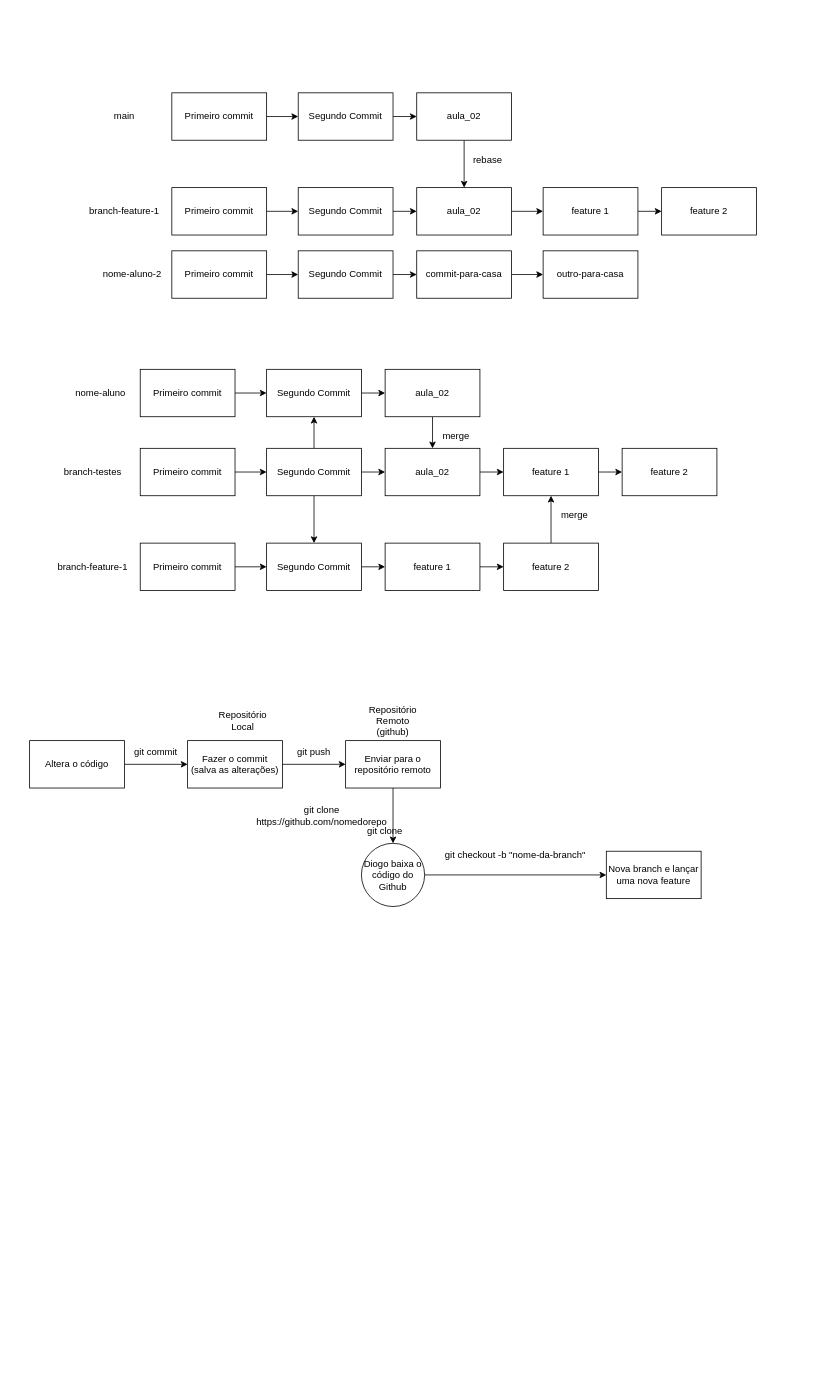
Earlier version of the draw.io diagram docs/git.drawio (josemariofr/curso_web_dev). Source tidied: cells renumbered, new cells numbered last; positions are measured from the earlier drawing's top-left corner, leaving out a move shared by most shapes. Both pictures are drawn from the tidied source at 79%, with x=0, y=0 at pixel (29, 92).
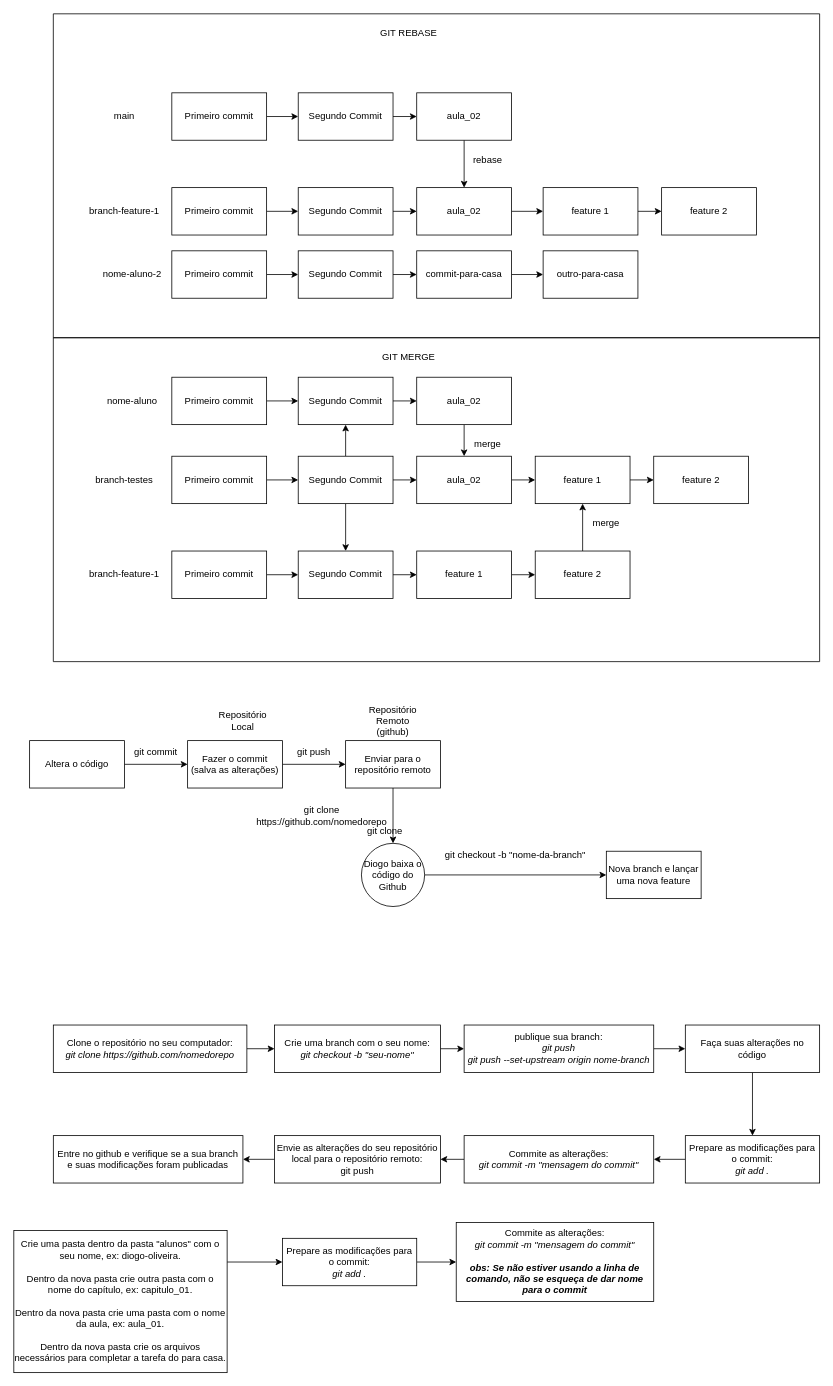
The same diagram, later.

What changed in the source:
```diff
@@
     <mxCell id="18" value="Primeiro commit" style="rounded=0;whiteSpace=wrap;html=1;" parent="1" vertex="1">
-      <mxGeometry x="140" y="450" width="120" height="60" as="geometry" />
+      <mxGeometry x="180" y="460" width="120" height="60" as="geometry" />
     </mxCell>
@@
     <mxCell id="22" value="Segundo Commit" style="whiteSpace=wrap;html=1;rounded=0;" parent="1" vertex="1">
-      <mxGeometry x="300" y="450" width="120" height="60" as="geometry" />
+      <mxGeometry x="340" y="460" width="120" height="60" as="geometry" />
     </mxCell>
@@
     <mxCell id="25" value="Primeiro commit" style="rounded=0;whiteSpace=wrap;html=1;" parent="1" vertex="1">
-      <mxGeometry x="140" y="570" width="120" height="60" as="geometry" />
+      <mxGeometry x="180" y="580" width="120" height="60" as="geometry" />
     </mxCell>
@@
     <mxCell id="27" value="Segundo Commit" style="whiteSpace=wrap;html=1;rounded=0;" parent="1" vertex="1">
-      <mxGeometry x="300" y="570" width="120" height="60" as="geometry" />
+      <mxGeometry x="340" y="580" width="120" height="60" as="geometry" />
     </mxCell>
     <mxCell id="28" value="branch-testes" style="text;html=1;strokeColor=none;fillColor=none;align=center;verticalAlign=middle;whiteSpace=wrap;rounded=0;" parent="1" vertex="1">
-      <mxGeometry x="20" y="465" width="120" height="30" as="geometry" />
+      <mxGeometry x="60" y="475" width="120" height="30" as="geometry" />
     </mxCell>
     <mxCell id="29" value="branch-feature-1" style="text;html=1;strokeColor=none;fillColor=none;align=center;verticalAlign=middle;whiteSpace=wrap;rounded=0;" parent="1" vertex="1">
-      <mxGeometry x="30" y="585" width="100" height="30" as="geometry" />
+      <mxGeometry x="70" y="595" width="100" height="30" as="geometry" />
     </mxCell>
@@
     <mxCell id="31" value="feature 1" style="whiteSpace=wrap;html=1;rounded=0;" parent="1" vertex="1">
-      <mxGeometry x="450" y="570" width="120" height="60" as="geometry" />
+      <mxGeometry x="490" y="580" width="120" height="60" as="geometry" />
     </mxCell>
@@
     <mxCell id="33" value="feature 2" style="whiteSpace=wrap;html=1;rounded=0;" parent="1" vertex="1">
-      <mxGeometry x="600" y="570" width="120" height="60" as="geometry" />
+      <mxGeometry x="640" y="580" width="120" height="60" as="geometry" />
     </mxCell>
@@
     <mxCell id="35" value="Primeiro commit" style="rounded=0;whiteSpace=wrap;html=1;" parent="1" vertex="1">
-      <mxGeometry x="140" y="350" width="120" height="60" as="geometry" />
+      <mxGeometry x="180" y="360" width="120" height="60" as="geometry" />
     </mxCell>
@@
     <mxCell id="37" value="Segundo Commit" style="whiteSpace=wrap;html=1;rounded=0;" parent="1" vertex="1">
-      <mxGeometry x="300" y="350" width="120" height="60" as="geometry" />
+      <mxGeometry x="340" y="360" width="120" height="60" as="geometry" />
     </mxCell>
     <mxCell id="38" value="nome-aluno" style="text;html=1;strokeColor=none;fillColor=none;align=center;verticalAlign=middle;whiteSpace=wrap;rounded=0;" parent="1" vertex="1">
-      <mxGeometry x="50" y="365" width="80" height="30" as="geometry" />
+      <mxGeometry x="90" y="375" width="80" height="30" as="geometry" />
     </mxCell>
@@
     <mxCell id="40" value="aula_02" style="whiteSpace=wrap;html=1;rounded=0;" parent="1" vertex="1">
-      <mxGeometry x="450" y="350" width="120" height="60" as="geometry" />
+      <mxGeometry x="490" y="360" width="120" height="60" as="geometry" />
     </mxCell>
@@
     <mxCell id="50" value="aula_02" style="whiteSpace=wrap;html=1;rounded=0;" parent="1" vertex="1">
-      <mxGeometry x="450" y="450" width="120" height="60" as="geometry" />
+      <mxGeometry x="490" y="460" width="120" height="60" as="geometry" />
     </mxCell>
     <mxCell id="51" value="merge" style="text;html=1;strokeColor=none;fillColor=none;align=center;verticalAlign=middle;whiteSpace=wrap;rounded=0;" parent="1" vertex="1">
-      <mxGeometry x="630" y="520" width="120" height="30" as="geometry" />
+      <mxGeometry x="670" y="530" width="120" height="30" as="geometry" />
     </mxCell>
@@
     <mxCell id="71" value="feature 1" style="whiteSpace=wrap;html=1;rounded=0;" parent="1" vertex="1">
-      <mxGeometry x="600" y="450" width="120" height="60" as="geometry" />
+      <mxGeometry x="640" y="460" width="120" height="60" as="geometry" />
     </mxCell>
     <mxCell id="72" value="feature 2" style="whiteSpace=wrap;html=1;rounded=0;" parent="1" vertex="1">
-      <mxGeometry x="750" y="450" width="120" height="60" as="geometry" />
+      <mxGeometry x="790" y="460" width="120" height="60" as="geometry" />
     </mxCell>
     <mxCell id="73" value="merge" style="text;html=1;strokeColor=none;fillColor=none;align=center;verticalAlign=middle;whiteSpace=wrap;rounded=0;" parent="1" vertex="1">
-      <mxGeometry x="480" y="420" width="120" height="30" as="geometry" />
+      <mxGeometry x="520" y="430" width="120" height="30" as="geometry" />
     </mxCell>
+    <mxCell id="74" style="swimlane;startSize=0;" parent="1" vertex="1">
+      <mxGeometry x="30" y="-100" width="970" height="410" as="geometry" />
+    </mxCell>
+    <mxCell id="75" value="GIT REBASE" style="text;html=1;strokeColor=none;fillColor=none;align=center;verticalAlign=middle;whiteSpace=wrap;rounded=0;" parent="74" vertex="1">
+      <mxGeometry x="410" y="10" width="80" height="30" as="geometry" />
+    </mxCell>
+    <mxCell id="76" style="swimlane;startSize=0;" parent="1" vertex="1">
+      <mxGeometry x="30" y="310" width="970" height="410" as="geometry" />
+    </mxCell>
+    <mxCell id="77" value="GIT MERGE" style="text;html=1;strokeColor=none;fillColor=none;align=center;verticalAlign=middle;whiteSpace=wrap;rounded=0;" parent="76" vertex="1">
+      <mxGeometry x="410" y="10" width="80" height="30" as="geometry" />
+    </mxCell>
+    <mxCell id="78" style="edgeStyle=none;html=1;" parent="1" edge="1" source="79" target="81">
+      <mxGeometry relative="1" as="geometry" />
+    </mxCell>
+    <mxCell id="79" value="Clone o repositório no seu computador:&lt;br&gt;&lt;i&gt;git clone https://github.com/nomedorepo&lt;/i&gt;" style="rounded=0;whiteSpace=wrap;html=1;" parent="1" vertex="1">
+      <mxGeometry x="30" y="1180" width="245" height="60" as="geometry" />
+    </mxCell>
+    <mxCell id="80" style="edgeStyle=none;html=1;" parent="1" edge="1" source="81" target="83">
+      <mxGeometry relative="1" as="geometry" />
+    </mxCell>
+    <mxCell id="81" value="Crie uma branch com o seu nome:&lt;br&gt;&lt;i&gt;git checkout -b &quot;seu-nome&quot;&lt;/i&gt;" style="whiteSpace=wrap;html=1;rounded=0;" parent="1" vertex="1">
+      <mxGeometry x="310" y="1180" width="210" height="60" as="geometry" />
+    </mxCell>
+    <mxCell id="82" style="edgeStyle=none;html=1;" parent="1" edge="1" source="83" target="85">
+      <mxGeometry relative="1" as="geometry" />
+    </mxCell>
+    <mxCell id="83" value="publique sua branch:&lt;br&gt;&lt;i&gt;git push&lt;br&gt;git push --set-upstream origin nome-branch&lt;br&gt;&lt;/i&gt;" style="whiteSpace=wrap;html=1;rounded=0;" parent="1" vertex="1">
+      <mxGeometry x="550" y="1180" width="240" height="60" as="geometry" />
+    </mxCell>
+    <mxCell id="84" style="edgeStyle=none;html=1;" parent="1" edge="1" source="85" target="89">
+      <mxGeometry relative="1" as="geometry" />
+    </mxCell>
+    <mxCell id="85" value="Faça suas alterações no código" style="whiteSpace=wrap;html=1;rounded=0;" parent="1" vertex="1">
+      <mxGeometry x="830" y="1180" width="170" height="60" as="geometry" />
+    </mxCell>
+    <mxCell id="86" style="edgeStyle=none;html=1;" parent="1" edge="1" source="87" target="91">
+      <mxGeometry relative="1" as="geometry" />
+    </mxCell>
+    <mxCell id="87" value="Commite as alterações:&lt;br&gt;&lt;i&gt;git commit -m &quot;mensagem do commit&quot;&lt;/i&gt;" style="whiteSpace=wrap;html=1;rounded=0;" parent="1" vertex="1">
+      <mxGeometry x="550" y="1320" width="240" height="60" as="geometry" />
+    </mxCell>
+    <mxCell id="88" style="edgeStyle=none;html=1;entryX=1;entryY=0.5;entryDx=0;entryDy=0;" parent="1" edge="1" source="89" target="87">
+      <mxGeometry relative="1" as="geometry" />
+    </mxCell>
+    <mxCell id="89" value="Prepare as modificações para o commit:&lt;br&gt;&lt;i&gt;git add .&lt;/i&gt;" style="whiteSpace=wrap;html=1;rounded=0;" parent="1" vertex="1">
+      <mxGeometry x="830" y="1320" width="170" height="60" as="geometry" />
+    </mxCell>
+    <mxCell id="90" style="edgeStyle=none;html=1;" parent="1" edge="1" source="91" target="92">
+      <mxGeometry relative="1" as="geometry" />
+    </mxCell>
+    <mxCell id="91" value="Envie as alterações do seu repositório local para o repositório remoto:&lt;br&gt;git push" style="whiteSpace=wrap;html=1;rounded=0;" parent="1" vertex="1">
+      <mxGeometry x="310" y="1320" width="210" height="60" as="geometry" />
+    </mxCell>
+    <mxCell id="92" value="Entre no github e verifique se a sua branch e suas modificações foram publicadas" style="whiteSpace=wrap;html=1;rounded=0;" parent="1" vertex="1">
+      <mxGeometry x="30" y="1320" width="240" height="60" as="geometry" />
+    </mxCell>
+    <mxCell id="93" style="edgeStyle=none;html=1;entryX=0;entryY=0.5;entryDx=0;entryDy=0;" parent="1" edge="1" target="96">
+      <mxGeometry relative="1" as="geometry">
+        <mxPoint x="250" y="1480" as="sourcePoint" />
+      </mxGeometry>
+    </mxCell>
+    <mxCell id="94" value="Crie uma pasta dentro da pasta &quot;alunos&quot; com o seu nome, ex: diogo-oliveira.&lt;br&gt;&lt;br&gt;Dentro da nova pasta crie outra pasta com o nome do capítulo, ex: capitulo_01.&lt;br&gt;&lt;br&gt;Dentro da nova pasta crie uma pasta com o nome da aula, ex: aula_01.&lt;br&gt;&lt;br&gt;Dentro da nova pasta crie os arquivos necessários para completar a tarefa do para casa." style="whiteSpace=wrap;html=1;rounded=0;" parent="1" vertex="1">
+      <mxGeometry x="-20" y="1440" width="270" height="180" as="geometry" />
+    </mxCell>
+    <mxCell id="95" style="edgeStyle=none;html=1;" parent="1" edge="1" source="96" target="97">
+      <mxGeometry relative="1" as="geometry" />
+    </mxCell>
+    <mxCell id="96" value="Prepare as modificações para o commit:&lt;br&gt;&lt;i&gt;git add .&lt;/i&gt;" style="whiteSpace=wrap;html=1;rounded=0;" parent="1" vertex="1">
+      <mxGeometry x="320" y="1450" width="170" height="60" as="geometry" />
+    </mxCell>
+    <mxCell id="97" value="Commite as alterações:&lt;br&gt;&lt;i&gt;git commit -m &quot;mensagem do commit&quot;&lt;br&gt;&lt;br&gt;&lt;b&gt;obs: Se não estiver usando a linha de comando, não se esqueça de dar nome para o commit&lt;/b&gt;&lt;br&gt;&lt;/i&gt;" style="whiteSpace=wrap;html=1;rounded=0;" parent="1" vertex="1">
+      <mxGeometry x="540" y="1430" width="250" height="100" as="geometry" />
+    </mxCell>
```
